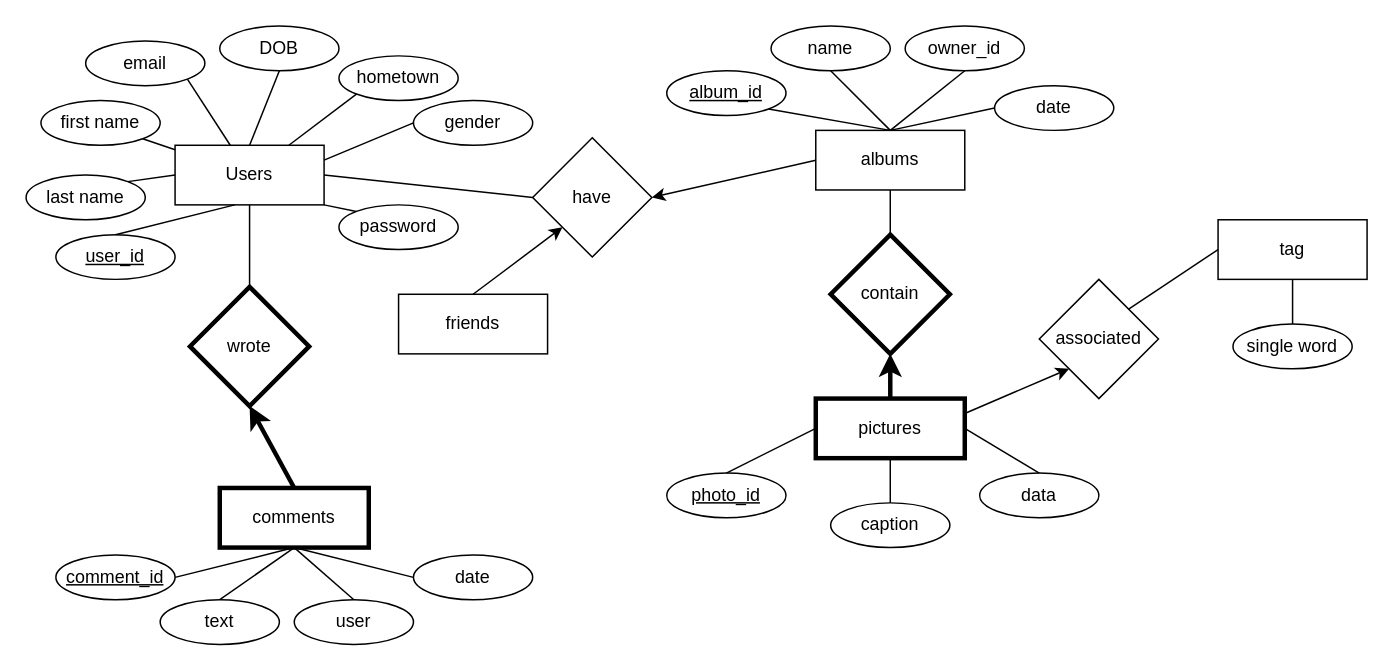
yjshin229/CS460PA1 keeps this draw.io diagram as PA1.drawio. Above is the earlier version. Source tidied: cells renumbered, new cells numbered last; positions are measured from the earlier drawing's top-left corner, leaving out a move shared by most shapes. Both pictures are drawn from the tidied source at 149%, with x=0, y=0 at pixel (25, 25).
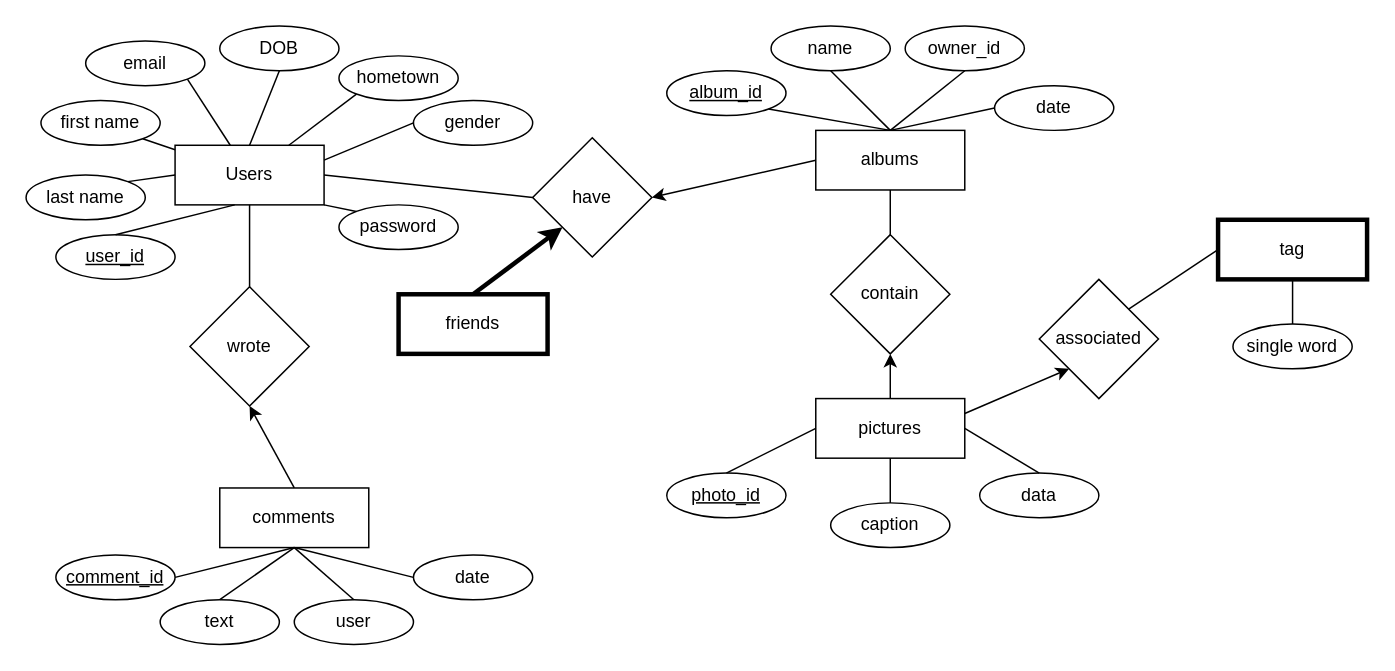
Above is the later version.

Commit message (it also covers changes not shown here):
update sql and ER diagram

Unchanged cells that the change refers to:
```xml
<mxCell id="21" value="have" style="rhombus;whiteSpace=wrap;html=1;fillColor=none;" parent="1" vertex="1">
  <mxGeometry x="340" y="75" width="80" height="80" as="geometry" />
</mxCell>
```

The edit, as a diff of the source:
```diff
@@
-    <mxCell id="31" style="edgeStyle=none;rounded=0;jettySize=auto;html=1;exitX=0.5;exitY=0;exitDx=0;exitDy=0;entryX=0;entryY=1;entryDx=0;entryDy=0;startArrow=none;startFill=0;endArrow=classic;endFill=1;" parent="1" edge="1" source="32" target="21">
+    <mxCell id="31" style="edgeStyle=none;rounded=0;jettySize=auto;html=1;exitX=0.5;exitY=0;exitDx=0;exitDy=0;entryX=0;entryY=1;entryDx=0;entryDy=0;startArrow=none;startFill=0;endArrow=classic;endFill=1;strokeWidth=3;" parent="1" edge="1" source="32" target="21">
       <mxGeometry relative="1" as="geometry" />
     </mxCell>
-    <mxCell id="32" value="friends" style="rounded=0;whiteSpace=wrap;html=1;fillColor=none;" parent="1" vertex="1">
+    <mxCell id="32" value="friends" style="rounded=0;whiteSpace=wrap;html=1;fillColor=none;strokeWidth=3;" parent="1" vertex="1">
       <mxGeometry x="250" y="180" width="100" height="40" as="geometry" />
     </mxCell>
-    <mxCell id="33" value="pictures" style="rounded=0;whiteSpace=wrap;html=1;fillColor=none;strokeWidth=3;" parent="1" vertex="1">
+    <mxCell id="33" value="pictures" style="rounded=0;whiteSpace=wrap;html=1;fillColor=none;strokeWidth=1;" parent="1" vertex="1">
       <mxGeometry x="530" y="250" width="100" height="40" as="geometry" />
     </mxCell>
@@
-    <mxCell id="41" style="edgeStyle=none;rounded=0;jettySize=auto;html=1;exitX=0.5;exitY=1;exitDx=0;exitDy=0;entryX=0.5;entryY=0;entryDx=0;entryDy=0;startArrow=classic;startFill=1;endArrow=none;endFill=0;strokeWidth=3;" parent="1" edge="1" source="42" target="33">
+    <mxCell id="41" style="edgeStyle=none;rounded=0;jettySize=auto;html=1;exitX=0.5;exitY=1;exitDx=0;exitDy=0;entryX=0.5;entryY=0;entryDx=0;entryDy=0;startArrow=classic;startFill=1;endArrow=none;endFill=0;strokeWidth=1;" parent="1" edge="1" source="42" target="33">
       <mxGeometry relative="1" as="geometry" />
     </mxCell>
-    <mxCell id="42" value="contain" style="rhombus;whiteSpace=wrap;html=1;fillColor=none;strokeWidth=3;" parent="1" vertex="1">
+    <mxCell id="42" value="contain" style="rhombus;whiteSpace=wrap;html=1;fillColor=none;strokeWidth=1;" parent="1" vertex="1">
       <mxGeometry x="540" y="140" width="80" height="80" as="geometry" />
     </mxCell>
-    <mxCell id="43" value="tag" style="rounded=0;whiteSpace=wrap;html=1;fillColor=none;" parent="1" vertex="1">
+    <mxCell id="43" value="tag" style="rounded=0;whiteSpace=wrap;html=1;fillColor=none;strokeWidth=3;" parent="1" vertex="1">
       <mxGeometry x="800" y="130" width="100" height="40" as="geometry" />
     </mxCell>
@@
-    <mxCell id="50" style="edgeStyle=none;rounded=0;jettySize=auto;html=1;exitX=0.5;exitY=0;exitDx=0;exitDy=0;entryX=0.5;entryY=1;entryDx=0;entryDy=0;startArrow=none;startFill=0;endArrow=classic;endFill=1;strokeWidth=3;" parent="1" edge="1" source="51" target="60">
+    <mxCell id="50" style="edgeStyle=none;rounded=0;jettySize=auto;html=1;exitX=0.5;exitY=0;exitDx=0;exitDy=0;entryX=0.5;entryY=1;entryDx=0;entryDy=0;startArrow=none;startFill=0;endArrow=classic;endFill=1;strokeWidth=1;" parent="1" edge="1" source="51" target="60">
       <mxGeometry relative="1" as="geometry" />
     </mxCell>
-    <mxCell id="51" value="comments" style="rounded=0;whiteSpace=wrap;html=1;fillColor=none;strokeWidth=3;" parent="1" vertex="1">
+    <mxCell id="51" value="comments" style="rounded=0;whiteSpace=wrap;html=1;fillColor=none;strokeWidth=1;" parent="1" vertex="1">
       <mxGeometry x="130" y="310" width="100" height="40" as="geometry" />
     </mxCell>
@@
-    <mxCell id="60" value="wrote" style="rhombus;whiteSpace=wrap;html=1;fillColor=none;strokeWidth=3;" parent="1" vertex="1">
+    <mxCell id="60" value="wrote" style="rhombus;whiteSpace=wrap;html=1;fillColor=none;strokeWidth=1;" parent="1" vertex="1">
       <mxGeometry x="110" y="175" width="80" height="80" as="geometry" />
     </mxCell>
```
